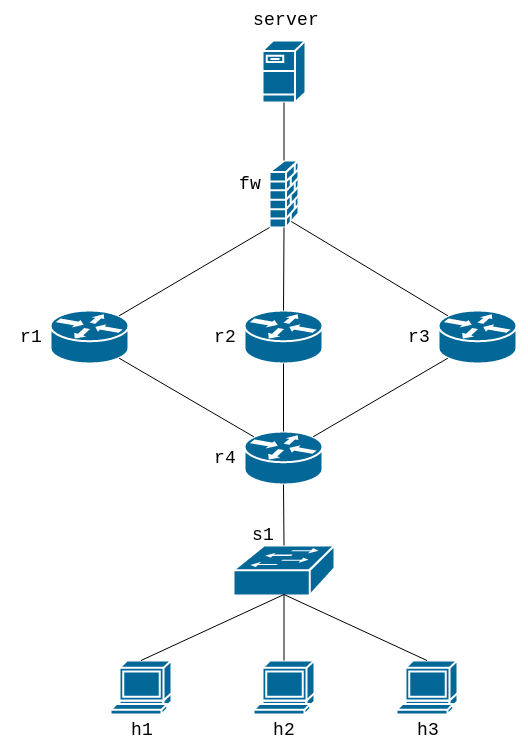
This is examples/00-reverse-path-filtering/network.png from netarch/neo, a draw.io export, as it was before one commit. Source tidied: cells renumbered, new cells last; positions are measured from the earlier drawing's top-left corner, leaving out a move shared by most shapes.
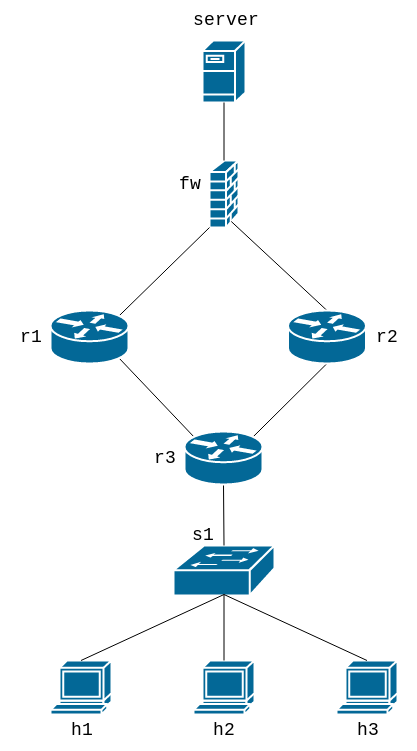
The same diagram one commit later.

The edit, as a diff of the source:
```diff
@@ -11,39 +11,21 @@
     <mxCell id="4" style="endArrow=none;html=1;entryX=0.5;entryY=1;entryDx=0;entryDy=0;entryPerimeter=0;exitX=0.5;exitY=0;exitDx=0;exitDy=0;exitPerimeter=0;" parent="1" edge="1" source="3" target="2">
       <mxGeometry relative="1" as="geometry" />
     </mxCell>
-    <mxCell id="5" style="shape=mxgraph.cisco.routers.router;html=1;dashed=0;fillColor=#036897;strokeColor=#ffffff;strokeWidth=2;verticalLabelPosition=bottom;verticalAlign=top;align=center;outlineConnect=0;" parent="1" vertex="1">
-      <mxGeometry x="234" y="300" width="78" height="53" as="geometry" />
-    </mxCell>
-    <mxCell id="6" style="shape=mxgraph.cisco.routers.router;html=1;dashed=0;fillColor=#036897;strokeColor=#ffffff;strokeWidth=2;verticalLabelPosition=bottom;verticalAlign=top;align=center;outlineConnect=0;" parent="1" vertex="1">
-      <mxGeometry x="40" y="300" width="78" height="53" as="geometry" />
-    </mxCell>
-    <mxCell id="7" style="shape=mxgraph.cisco.routers.router;html=1;dashed=0;fillColor=#036897;strokeColor=#ffffff;strokeWidth=2;verticalLabelPosition=bottom;verticalAlign=top;align=center;outlineConnect=0;" parent="1" vertex="1">
-      <mxGeometry x="428" y="300" width="78" height="53" as="geometry" />
-    </mxCell>
-    <mxCell id="8" style="shape=mxgraph.cisco.routers.router;html=1;dashed=0;fillColor=#036897;strokeColor=#ffffff;strokeWidth=2;verticalLabelPosition=bottom;verticalAlign=top;align=center;outlineConnect=0;" parent="1" vertex="1">
-      <mxGeometry x="234" y="421" width="78" height="53" as="geometry" />
-    </mxCell>
     <mxCell id="9" style="shape=mxgraph.cisco.switches.workgroup_switch;html=1;dashed=0;fillColor=#036897;strokeColor=#ffffff;strokeWidth=2;verticalLabelPosition=bottom;verticalAlign=top;align=center;outlineConnect=0;" parent="1" vertex="1">
       <mxGeometry x="223" y="535" width="101" height="50" as="geometry" />
     </mxCell>
-    <mxCell id="10" style="endArrow=none;html=1;entryX=0.5;entryY=1;entryDx=0;entryDy=0;entryPerimeter=0;exitX=0.5;exitY=0;exitDx=0;exitDy=0;exitPerimeter=0;" parent="1" edge="1" source="5" target="3">
+    <mxCell id="10" style="endArrow=none;html=1;entryX=0.75;entryY=0.91;entryDx=0;entryDy=0;entryPerimeter=0;exitX=0.5;exitY=0;exitDx=0;exitDy=0;exitPerimeter=0;" parent="1" edge="1" source="5" target="3">
       <mxGeometry relative="1" as="geometry" />
     </mxCell>
     <mxCell id="11" style="endArrow=none;html=1;entryX=0;entryY=1;entryDx=0;entryDy=0;entryPerimeter=0;exitX=0.88;exitY=0.1;exitDx=0;exitDy=0;exitPerimeter=0;" parent="1" edge="1" source="6" target="3">
       <mxGeometry relative="1" as="geometry" />
     </mxCell>
-    <mxCell id="12" style="endArrow=none;html=1;entryX=0.75;entryY=0.91;entryDx=0;entryDy=0;entryPerimeter=0;exitX=0.12;exitY=0.1;exitDx=0;exitDy=0;exitPerimeter=0;" parent="1" edge="1" source="7" target="3">
-      <mxGeometry relative="1" as="geometry" />
-    </mxCell>
     <mxCell id="13" style="endArrow=none;html=1;entryX=0.88;entryY=0.9;entryDx=0;entryDy=0;entryPerimeter=0;exitX=0.12;exitY=0.1;exitDx=0;exitDy=0;exitPerimeter=0;" parent="1" edge="1" source="8" target="6">
       <mxGeometry relative="1" as="geometry" />
     </mxCell>
-    <mxCell id="14" style="endArrow=none;html=1;entryX=0.5;entryY=1;entryDx=0;entryDy=0;entryPerimeter=0;exitX=0.5;exitY=0;exitDx=0;exitDy=0;exitPerimeter=0;" parent="1" edge="1" source="8" target="5">
+    <mxCell id="14" style="endArrow=none;html=1;entryX=0.5;entryY=1;entryDx=0;entryDy=0;entryPerimeter=0;exitX=0.88;exitY=0.1;exitDx=0;exitDy=0;exitPerimeter=0;" parent="1" edge="1" source="8" target="5">
       <mxGeometry relative="1" as="geometry" />
     </mxCell>
-    <mxCell id="15" style="endArrow=none;html=1;entryX=0.12;entryY=0.9;entryDx=0;entryDy=0;entryPerimeter=0;exitX=0.88;exitY=0.1;exitDx=0;exitDy=0;exitPerimeter=0;" parent="1" edge="1" source="8" target="7">
-      <mxGeometry relative="1" as="geometry" />
-    </mxCell>
     <mxCell id="16" style="shape=mxgraph.cisco.computers_and_peripherals.terminal;html=1;dashed=0;fillColor=#036897;strokeColor=#ffffff;strokeWidth=2;verticalLabelPosition=bottom;verticalAlign=top;align=center;outlineConnect=0;" parent="1" vertex="1">
       <mxGeometry x="243" y="650" width="61" height="54" as="geometry" />
     </mxCell>
@@ -71,18 +53,6 @@
     <mxCell id="24" value="&lt;font style=&quot;font-size: 18px&quot; face=&quot;Courier New&quot;&gt;fw&lt;/font&gt;" style="text;html=1;strokeColor=none;fillColor=none;align=center;verticalAlign=middle;whiteSpace=wrap;rounded=0;" parent="1" vertex="1">
       <mxGeometry x="219" y="163.5" width="40" height="20" as="geometry" />
     </mxCell>
-    <mxCell id="25" value="&lt;font style=&quot;font-size: 18px&quot; face=&quot;Courier New&quot;&gt;r1&lt;/font&gt;" style="text;html=1;strokeColor=none;fillColor=none;align=center;verticalAlign=middle;whiteSpace=wrap;rounded=0;" parent="1" vertex="1">
-      <mxGeometry y="316.5" width="40" height="20" as="geometry" />
-    </mxCell>
-    <mxCell id="26" value="&lt;font style=&quot;font-size: 18px&quot; face=&quot;Courier New&quot;&gt;r2&lt;/font&gt;" style="text;html=1;strokeColor=none;fillColor=none;align=center;verticalAlign=middle;whiteSpace=wrap;rounded=0;" parent="1" vertex="1">
-      <mxGeometry x="194" y="316.5" width="40" height="20" as="geometry" />
-    </mxCell>
-    <mxCell id="27" value="&lt;font style=&quot;font-size: 18px&quot; face=&quot;Courier New&quot;&gt;r3&lt;/font&gt;" style="text;html=1;strokeColor=none;fillColor=none;align=center;verticalAlign=middle;whiteSpace=wrap;rounded=0;" parent="1" vertex="1">
-      <mxGeometry x="388" y="316.5" width="40" height="20" as="geometry" />
-    </mxCell>
-    <mxCell id="28" value="&lt;font style=&quot;font-size: 18px&quot; face=&quot;Courier New&quot;&gt;r4&lt;/font&gt;" style="text;html=1;strokeColor=none;fillColor=none;align=center;verticalAlign=middle;whiteSpace=wrap;rounded=0;" parent="1" vertex="1">
-      <mxGeometry x="194" y="437.5" width="40" height="20" as="geometry" />
-    </mxCell>
     <mxCell id="29" value="&lt;font style=&quot;font-size: 18px&quot; face=&quot;Courier New&quot;&gt;s1&lt;/font&gt;" style="text;html=1;strokeColor=none;fillColor=none;align=center;verticalAlign=middle;whiteSpace=wrap;rounded=0;" parent="1" vertex="1">
       <mxGeometry x="232" y="515" width="40" height="20" as="geometry" />
     </mxCell>
@@ -95,5 +65,32 @@
     <mxCell id="32" value="&lt;font style=&quot;font-size: 18px&quot; face=&quot;Courier New&quot;&gt;h3&lt;/font&gt;" style="text;html=1;strokeColor=none;fillColor=none;align=center;verticalAlign=middle;whiteSpace=wrap;rounded=0;" parent="1" vertex="1">
       <mxGeometry x="396.5" y="710" width="40" height="20" as="geometry" />
     </mxCell>
+    <mxCell id="33" style="group;" parent="1" vertex="1">
+      <mxGeometry x="337.5" y="300" width="118" height="53" as="geometry" />
+    </mxCell>
+    <mxCell id="5" style="shape=mxgraph.cisco.routers.router;html=1;dashed=0;fillColor=#036897;strokeColor=#ffffff;strokeWidth=2;verticalLabelPosition=bottom;verticalAlign=top;align=center;outlineConnect=0;" parent="33" vertex="1">
+      <mxGeometry width="78" height="53" as="geometry" />
+    </mxCell>
+    <mxCell id="26" value="&lt;font style=&quot;font-size: 18px&quot; face=&quot;Courier New&quot;&gt;r2&lt;/font&gt;" style="text;html=1;strokeColor=none;fillColor=none;align=center;verticalAlign=middle;whiteSpace=wrap;rounded=0;" parent="33" vertex="1">
+      <mxGeometry x="78" y="16.5" width="40" height="20" as="geometry" />
+    </mxCell>
+    <mxCell id="34" style="group;" parent="1" vertex="1">
+      <mxGeometry x="60" y="300" width="118" height="53" as="geometry" />
+    </mxCell>
+    <mxCell id="6" style="shape=mxgraph.cisco.routers.router;html=1;dashed=0;fillColor=#036897;strokeColor=#ffffff;strokeWidth=2;verticalLabelPosition=bottom;verticalAlign=top;align=center;outlineConnect=0;" parent="34" vertex="1">
+      <mxGeometry x="40" width="78" height="53" as="geometry" />
+    </mxCell>
+    <mxCell id="25" value="&lt;font style=&quot;font-size: 18px&quot; face=&quot;Courier New&quot;&gt;r1&lt;/font&gt;" style="text;html=1;strokeColor=none;fillColor=none;align=center;verticalAlign=middle;whiteSpace=wrap;rounded=0;" parent="34" vertex="1">
+      <mxGeometry y="16.5" width="40" height="20" as="geometry" />
+    </mxCell>
+    <mxCell id="35" style="group;" parent="1" vertex="1">
+      <mxGeometry x="194" y="421" width="118" height="53" as="geometry" />
+    </mxCell>
+    <mxCell id="8" style="shape=mxgraph.cisco.routers.router;html=1;dashed=0;fillColor=#036897;strokeColor=#ffffff;strokeWidth=2;verticalLabelPosition=bottom;verticalAlign=top;align=center;outlineConnect=0;" parent="35" vertex="1">
+      <mxGeometry x="40" width="78" height="53" as="geometry" />
+    </mxCell>
+    <mxCell id="28" value="&lt;font style=&quot;font-size: 18px&quot; face=&quot;Courier New&quot;&gt;r3&lt;/font&gt;" style="text;html=1;strokeColor=none;fillColor=none;align=center;verticalAlign=middle;whiteSpace=wrap;rounded=0;" parent="35" vertex="1">
+      <mxGeometry y="16.5" width="40" height="20" as="geometry" />
+    </mxCell>
   </root>
 </mxGraphModel>
```
